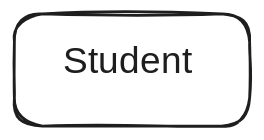
The Excalidraw diagram Notes Factory/Semister 3/Rough Work/t1.excalidraw.svg in P7XCKD/NF, before a commit. Source tidied: one line per element, renumbered; positions are measured from the earlier drawing's top-left corner, leaving out a move shared by most shapes.
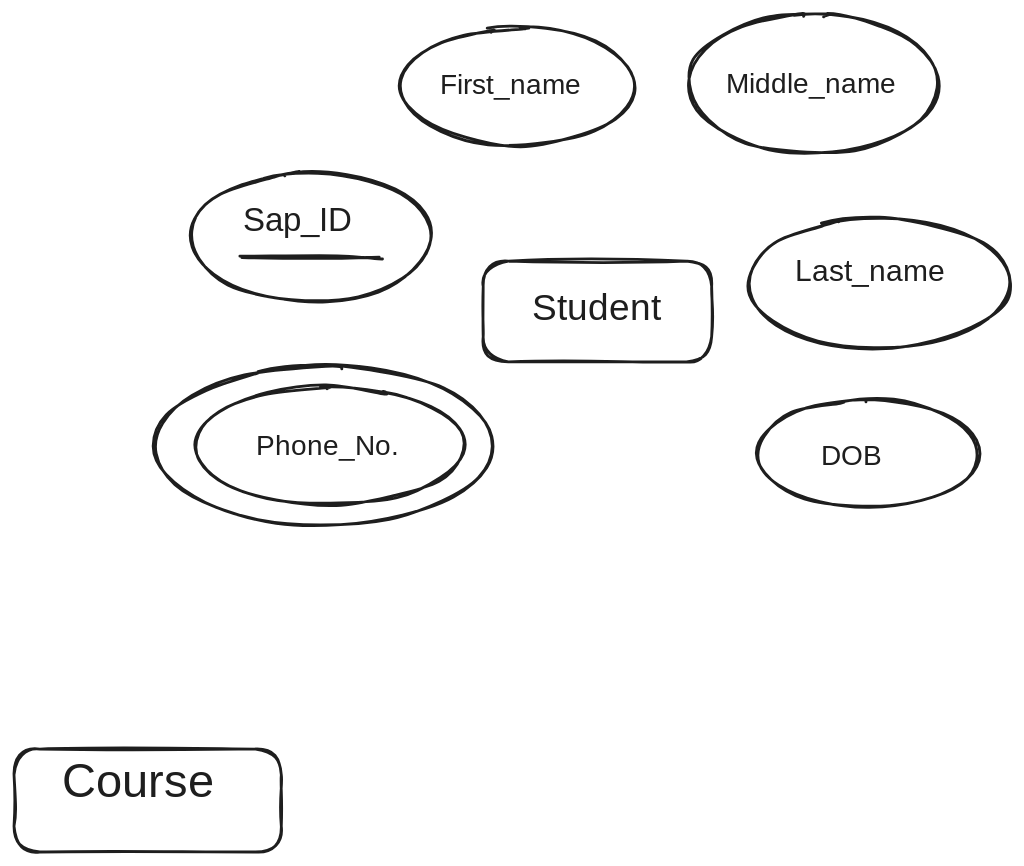
The same file after the commit.

The edit, as a diff of the source:
```diff
@@ -1,2 +1,18 @@
+{"id": 2, "type": "rectangle", "strokeColor": "#1e1e1e", "strokeWidth": 2, "roughness": 1, "round": true, "x": -335, "y": 348, "width": 191, "height": 74}
+{"id": 3, "type": "text", "text": "Course", "strokeColor": "#1e1e1e", "strokeWidth": 2, "roughness": 1, "fontSize": 33.68, "fontFamily": 1, "x": -301, "y": 352, "width": 111, "height": 42}
-{"id": 0, "type": "rectangle", "strokeColor": "#1e1e1e", "strokeWidth": 2, "roughness": 1, "round": true, "x": 0, "y": 0, "width": 168, "height": 80}
+{"id": 0, "type": "rectangle", "strokeColor": "#1e1e1e", "strokeWidth": 2, "roughness": 1, "round": true, "x": 0, "y": 0, "width": 163, "height": 72}
 {"id": 1, "type": "text", "text": "Student", "strokeColor": "#1e1e1e", "strokeWidth": 2, "roughness": 1, "fontSize": 26.25, "fontFamily": 1, "x": 35, "y": 18, "width": 102, "height": 33}
+{"id": 4, "type": "ellipse", "strokeColor": "#1e1e1e", "strokeWidth": 2, "roughness": 1, "round": true, "x": -209, "y": -63, "width": 172, "height": 91}
+{"id": 5, "type": "text", "text": "Sap_ID", "strokeColor": "#1e1e1e", "strokeWidth": 2, "roughness": 1, "fontSize": 23.41, "fontFamily": 1, "x": -172, "y": -43, "width": 92, "height": 29}
+{"id": 6, "type": "line", "strokeColor": "#1e1e1e", "strokeWidth": 2, "roughness": 1, "round": true, "x": -172, "y": -3, "width": 99, "height": 0, "points": [[0, 0], [67, 0], [99, 0]]}
+{"id": 7, "type": "ellipse", "strokeColor": "#1e1e1e", "strokeWidth": 2, "roughness": 1, "round": true, "x": -59, "y": -166, "width": 167, "height": 84}
+{"id": 8, "type": "ellipse", "strokeColor": "#1e1e1e", "strokeWidth": 2, "roughness": 1, "round": true, "x": 146, "y": -176, "width": 178, "height": 100}
+{"id": 9, "type": "text", "text": "First_name", "strokeColor": "#1e1e1e", "strokeWidth": 2, "roughness": 1, "fontSize": 20, "fontFamily": 1, "x": -31, "y": -137, "width": 109, "height": 25}
+{"id": 10, "type": "ellipse", "strokeColor": "#1e1e1e", "strokeWidth": 2, "roughness": 1, "round": true, "x": 189, "y": -31, "width": 187, "height": 93}
+{"id": 11, "type": "text", "text": "Middle_name", "strokeColor": "#1e1e1e", "strokeWidth": 2, "roughness": 1, "fontSize": 20, "fontFamily": 1, "x": 173, "y": -138, "width": 121, "height": 25}
+{"id": 12, "type": "text", "text": "Last_name", "strokeColor": "#1e1e1e", "strokeWidth": 2, "roughness": 1, "fontSize": 21.68, "fontFamily": 1, "x": 223, "y": -5, "width": 120, "height": 27}
+{"id": 13, "type": "ellipse", "strokeColor": "#1e1e1e", "strokeWidth": 2, "roughness": 1, "round": true, "x": 196, "y": 99, "width": 158, "height": 77}
+{"id": 14, "type": "text", "text": "DOB", "strokeColor": "#1e1e1e", "strokeWidth": 2, "roughness": 1, "fontSize": 20, "fontFamily": 1, "x": 242, "y": 128, "width": 45, "height": 25}
+{"id": 15, "type": "ellipse", "strokeColor": "#1e1e1e", "strokeWidth": 2, "roughness": 1, "round": true, "x": -206, "y": 90, "width": 192, "height": 84}
+{"id": 16, "type": "text", "text": "Phone_No.", "strokeColor": "#1e1e1e", "strokeWidth": 2, "roughness": 1, "fontSize": 20, "fontFamily": 1, "x": -163, "y": 120, "width": 100, "height": 25}
+{"id": 17, "type": "ellipse", "strokeColor": "#1e1e1e", "strokeWidth": 2, "roughness": 1, "round": true, "x": -234, "y": 75, "width": 241, "height": 114}
```
